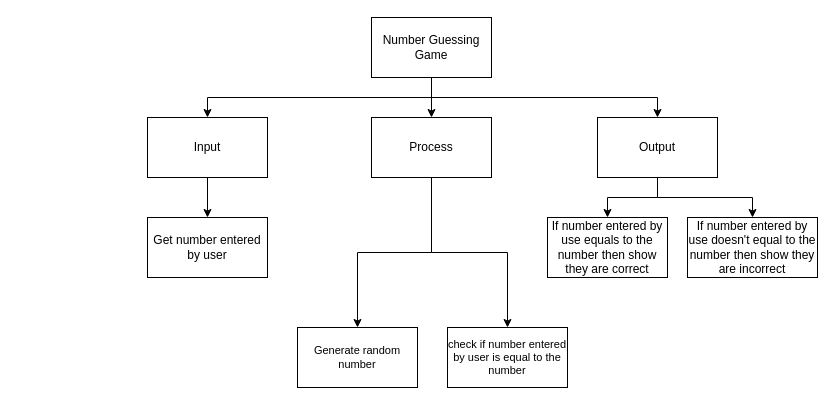
Above: design.drawio in michael-clermont1/ICS3U-Assignment-6-Python (draw.io), before the change. Source tidied: cells renumbered, new cells numbered last; positions are measured from the earlier drawing's top-left corner, leaving out a move shared by most shapes. Both pictures are drawn from the tidied source at 100%, with x=0, y=0 at pixel (147, 17).
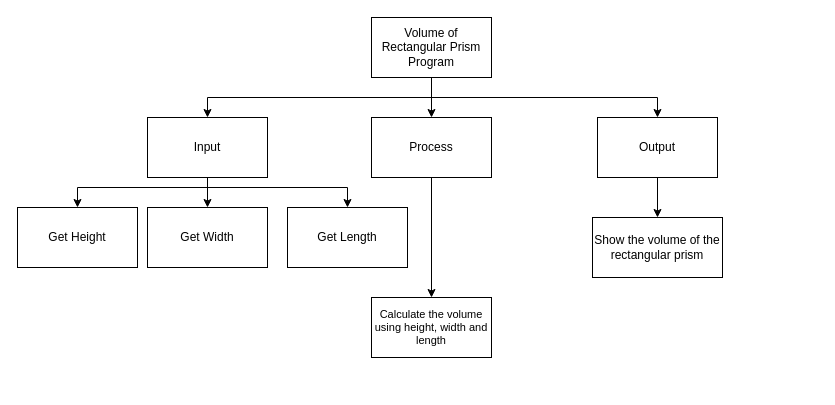
The same page after the edit.

The change refers to these unchanged cells:
```xml
<mxCell id="7" value="Input" style="rounded=0;whiteSpace=wrap;html=1;" parent="1" vertex="1">
  <mxGeometry y="100" width="120" height="60" as="geometry" />
</mxCell>
<mxCell id="10" value="Process" style="rounded=0;whiteSpace=wrap;html=1;" parent="1" vertex="1">
  <mxGeometry x="224" y="100" width="120" height="60" as="geometry" />
</mxCell>
<mxCell id="13" value="Output" style="rounded=0;whiteSpace=wrap;html=1;" parent="1" vertex="1">
  <mxGeometry x="450" y="100" width="120" height="60" as="geometry" />
</mxCell>
```

What changed in the source:
```diff
@@
-    <mxCell id="5" value="Number Guessing Game" style="rounded=0;whiteSpace=wrap;html=1;" parent="1" vertex="1">
+    <mxCell id="5" value="Volume of Rectangular Prism Program" style="rounded=0;whiteSpace=wrap;html=1;" parent="1" vertex="1">
       <mxGeometry x="224" width="120" height="60" as="geometry" />
     </mxCell>
     <mxCell id="6" style="edgeStyle=orthogonalEdgeStyle;shape=connector;rounded=0;html=1;entryX=0.5;entryY=0;entryDx=0;entryDy=0;labelBackgroundColor=default;fontFamily=Helvetica;fontSize=11;fontColor=default;endArrow=classic;strokeColor=default;" parent="1" edge="1" source="7" target="14">
-      <mxGeometry relative="1" as="geometry" />
+      <mxGeometry relative="1" as="geometry">
+        <Array as="points">
+          <mxPoint x="60" y="170" />
+          <mxPoint x="-70" y="170" />
+        </Array>
+      </mxGeometry>
     </mxCell>
+    <mxCell id="19" style="edgeStyle=orthogonalEdgeStyle;html=1;entryX=0.5;entryY=0;entryDx=0;entryDy=0;rounded=0;" parent="1" edge="1" source="7" target="21">
+      <mxGeometry relative="1" as="geometry" />
+    </mxCell>
+    <mxCell id="20" style="edgeStyle=orthogonalEdgeStyle;rounded=0;html=1;entryX=0.5;entryY=0;entryDx=0;entryDy=0;" parent="1" edge="1" source="7" target="22">
+      <mxGeometry relative="1" as="geometry">
+        <Array as="points">
+          <mxPoint x="60" y="170" />
+          <mxPoint x="200" y="170" />
+        </Array>
+      </mxGeometry>
+    </mxCell>
@@
-    <mxCell id="9" style="edgeStyle=orthogonalEdgeStyle;html=1;entryX=0.5;entryY=0;entryDx=0;entryDy=0;rounded=0;" parent="1" edge="1" source="10" target="18">
-      <mxGeometry relative="1" as="geometry" />
-    </mxCell>
@@
-    <mxCell id="11" style="edgeStyle=orthogonalEdgeStyle;html=1;entryX=0.5;entryY=0;entryDx=0;entryDy=0;rounded=0;" parent="1" edge="1" source="13" target="15">
-      <mxGeometry relative="1" as="geometry" />
-    </mxCell>
@@
-    <mxCell id="14" value="Get number entered by user" style="rounded=0;whiteSpace=wrap;html=1;" parent="1" vertex="1">
-      <mxGeometry y="200" width="120" height="60" as="geometry" />
+    <mxCell id="14" value="Get Height" style="rounded=0;whiteSpace=wrap;html=1;" parent="1" vertex="1">
+      <mxGeometry x="-130" y="190" width="120" height="60" as="geometry" />
     </mxCell>
-    <mxCell id="15" value="If number entered by use equals to the number then show they are correct" style="rounded=0;whiteSpace=wrap;html=1;" parent="1" vertex="1">
-      <mxGeometry x="400" y="200" width="120" height="60" as="geometry" />
-    </mxCell>
-    <mxCell id="16" value="check if number entered by user is equal to the number" style="rounded=0;whiteSpace=wrap;html=1;fontFamily=Helvetica;fontSize=11;fontColor=default;" parent="1" vertex="1">
-      <mxGeometry x="300" y="310" width="120" height="60" as="geometry" />
+    <mxCell id="16" value="Calculate the volume using height, width and length" style="rounded=0;whiteSpace=wrap;html=1;fontFamily=Helvetica;fontSize=11;fontColor=default;" parent="1" vertex="1">
+      <mxGeometry x="224" y="280" width="120" height="60" as="geometry" />
     </mxCell>
-    <mxCell id="17" value="If number entered by use doesn't equal to the number then show they are incorrect" style="rounded=0;whiteSpace=wrap;html=1;" parent="1" vertex="1">
-      <mxGeometry x="540" y="200" width="130" height="60" as="geometry" />
+    <mxCell id="17" value="Show the volume of the rectangular prism" style="rounded=0;whiteSpace=wrap;html=1;" parent="1" vertex="1">
+      <mxGeometry x="445" y="200" width="130" height="60" as="geometry" />
     </mxCell>
-    <mxCell id="18" value="Generate random number" style="rounded=0;whiteSpace=wrap;html=1;fontFamily=Helvetica;fontSize=11;fontColor=default;" parent="1" vertex="1">
-      <mxGeometry x="150" y="310" width="120" height="60" as="geometry" />
-    </mxCell>
+    <mxCell id="21" value="Get Width" style="rounded=0;whiteSpace=wrap;html=1;" parent="1" vertex="1">
+      <mxGeometry y="190" width="120" height="60" as="geometry" />
+    </mxCell>
+    <mxCell id="22" value="Get Length" style="rounded=0;whiteSpace=wrap;html=1;" parent="1" vertex="1">
+      <mxGeometry x="140" y="190" width="120" height="60" as="geometry" />
+    </mxCell>
```
